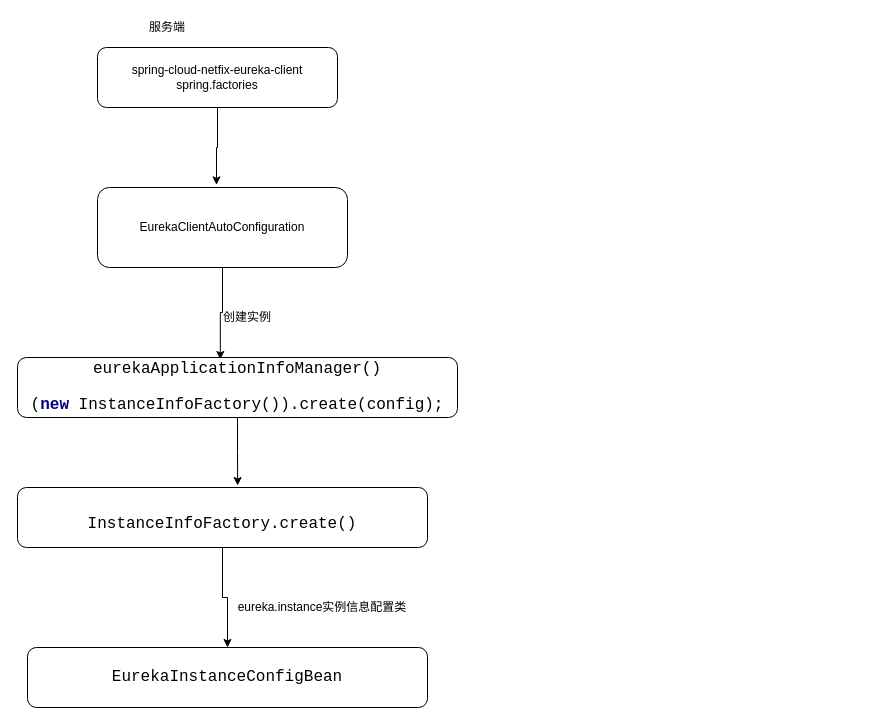
Earlier version of the draw.io diagram wyy-SpringCloud-eureka.drawio.drawio (liu911025/drawio). Source tidied: cells renumbered, new cells numbered last; positions are measured from the earlier drawing's top-left corner, leaving out a move shared by most shapes. Both pictures are drawn from the tidied source at 100%, with x=0, y=0 at pixel (17, 17).
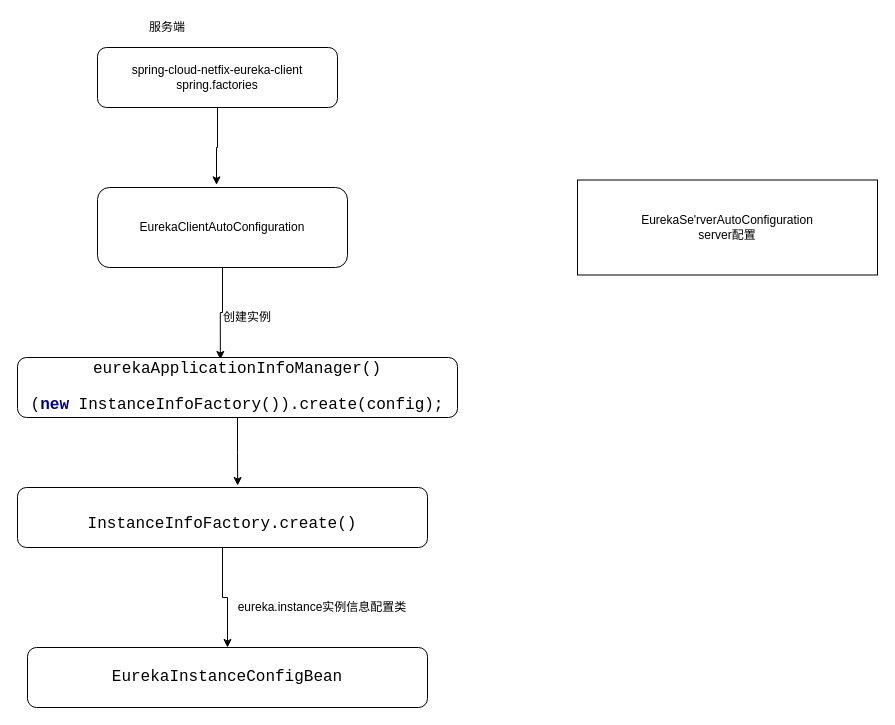
The same diagram, later.

Diff of the diagram source:
```diff
@@
 <mxGraphModel>
   <root>
     <mxCell id="0" />
     <mxCell id="1" parent="0" />
     <mxCell id="2" value="服务端" style="text;html=1;strokeColor=none;fillColor=none;align=center;verticalAlign=middle;whiteSpace=wrap;rounded=0;" parent="1" vertex="1">
       <mxGeometry x="130" width="40" height="20" as="geometry" />
     </mxCell>
     <mxCell id="3" style="edgeStyle=orthogonalEdgeStyle;rounded=0;jettySize=auto;html=1;exitX=0.5;exitY=1;exitDx=0;exitDy=0;entryX=0.476;entryY=-0.033;entryDx=0;entryDy=0;entryPerimeter=0;" parent="1" edge="1" source="4" target="6">
       <mxGeometry relative="1" as="geometry" />
     </mxCell>
     <mxCell id="4" value="spring-cloud-netfix-eureka-client&lt;br&gt;spring.factories" style="rounded=1;whiteSpace=wrap;html=1;" parent="1" vertex="1">
       <mxGeometry x="80" y="30" width="240" height="60" as="geometry" />
     </mxCell>
     <mxCell id="5" style="edgeStyle=orthogonalEdgeStyle;rounded=0;jettySize=auto;html=1;entryX=0.461;entryY=0.033;entryDx=0;entryDy=0;entryPerimeter=0;" parent="1" edge="1" source="6" target="8">
       <mxGeometry relative="1" as="geometry" />
     </mxCell>
     <mxCell id="6" value="EurekaClientAutoConfiguration" style="rounded=1;whiteSpace=wrap;html=1;" parent="1" vertex="1">
       <mxGeometry x="80" y="170" width="250" height="80" as="geometry" />
     </mxCell>
     <mxCell id="7" style="edgeStyle=orthogonalEdgeStyle;rounded=0;jettySize=auto;html=1;exitX=0.5;exitY=1;exitDx=0;exitDy=0;entryX=0.537;entryY=-0.033;entryDx=0;entryDy=0;entryPerimeter=0;" parent="1" edge="1" source="8" target="11">
       <mxGeometry relative="1" as="geometry" />
     </mxCell>
     <mxCell id="8" value="&lt;pre style=&quot;background-color: rgb(255 , 255 , 255) ; font-size: 12pt&quot;&gt;eurekaApplicationInfoManager()&lt;/pre&gt;&lt;pre style=&quot;background-color: rgb(255 , 255 , 255) ; font-size: 12pt&quot;&gt;&lt;pre style=&quot;font-size: 12pt&quot;&gt;(&lt;span style=&quot;color: #000080 ; font-weight: bold&quot;&gt;new &lt;/span&gt;InstanceInfoFactory()).create(config);&lt;/pre&gt;&lt;/pre&gt;" style="rounded=1;whiteSpace=wrap;html=1;" parent="1" vertex="1">
       <mxGeometry y="340" width="440" height="60" as="geometry" />
     </mxCell>
     <mxCell id="9" value="创建实例" style="text;html=1;strokeColor=none;fillColor=none;align=center;verticalAlign=middle;whiteSpace=wrap;rounded=0;" parent="1" vertex="1">
       <mxGeometry x="200" y="290" width="60" height="20" as="geometry" />
     </mxCell>
     <mxCell id="10" style="edgeStyle=orthogonalEdgeStyle;rounded=0;jettySize=auto;html=1;exitX=0.5;exitY=1;exitDx=0;exitDy=0;entryX=0.5;entryY=0;entryDx=0;entryDy=0;" parent="1" edge="1" source="11" target="12">
       <mxGeometry relative="1" as="geometry" />
     </mxCell>
     <mxCell id="11" value="&lt;br&gt;&lt;br&gt;&lt;pre style=&quot;color: rgb(0 , 0 , 0) ; font-size: 12pt ; font-style: normal ; font-weight: 400 ; letter-spacing: normal ; text-align: center ; text-indent: 0px ; text-transform: none ; word-spacing: 0px&quot;&gt;InstanceInfoFactory.create()&lt;/pre&gt;&lt;br&gt;" style="rounded=1;whiteSpace=wrap;html=1;" parent="1" vertex="1">
       <mxGeometry y="470" width="410" height="60" as="geometry" />
     </mxCell>
     <mxCell id="12" value="&lt;pre style=&quot;background-color: rgb(255 , 255 , 255) ; font-size: 12pt&quot;&gt;EurekaInstanceConfigBean&lt;/pre&gt;" style="rounded=1;whiteSpace=wrap;html=1;" parent="1" vertex="1">
       <mxGeometry x="10" y="630" width="400" height="60" as="geometry" />
     </mxCell>
     <mxCell id="13" value="eureka.instance实例信息配置类" style="text;html=1;strokeColor=none;fillColor=none;align=center;verticalAlign=middle;whiteSpace=wrap;rounded=0;" parent="1" vertex="1">
       <mxGeometry x="210" y="580" width="190" height="20" as="geometry" />
     </mxCell>
+    <mxCell id="14" value="&lt;span&gt;EurekaSe'rverAutoConfiguration&lt;br&gt;server配置&lt;br&gt;&lt;/span&gt;" style="rounded=0;whiteSpace=wrap;html=1;" parent="1" vertex="1">
+      <mxGeometry x="560" y="162.5" width="300" height="95" as="geometry" />
+    </mxCell>
   </root>
 </mxGraphModel>
```
